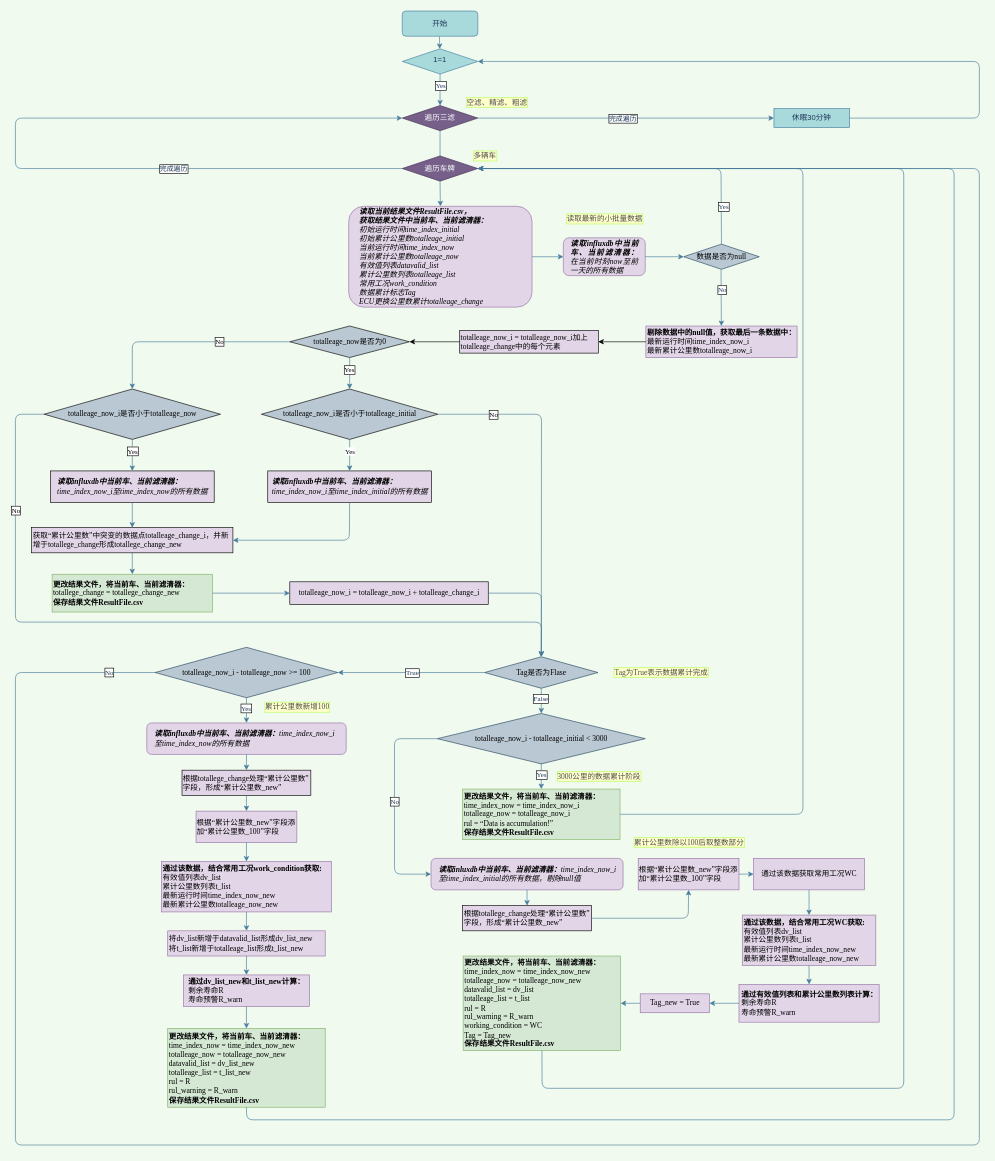
Before: draw/算法流程v3.0.drawio in wangwuhua11/draw, a draw.io diagram. Source tidied: cells renumbered, new cells numbered last; positions are measured from the earlier drawing's top-left corner, leaving out a move shared by most shapes. Both pictures are drawn from the tidied source at 63%, with x=0, y=0 at pixel (15, 11).
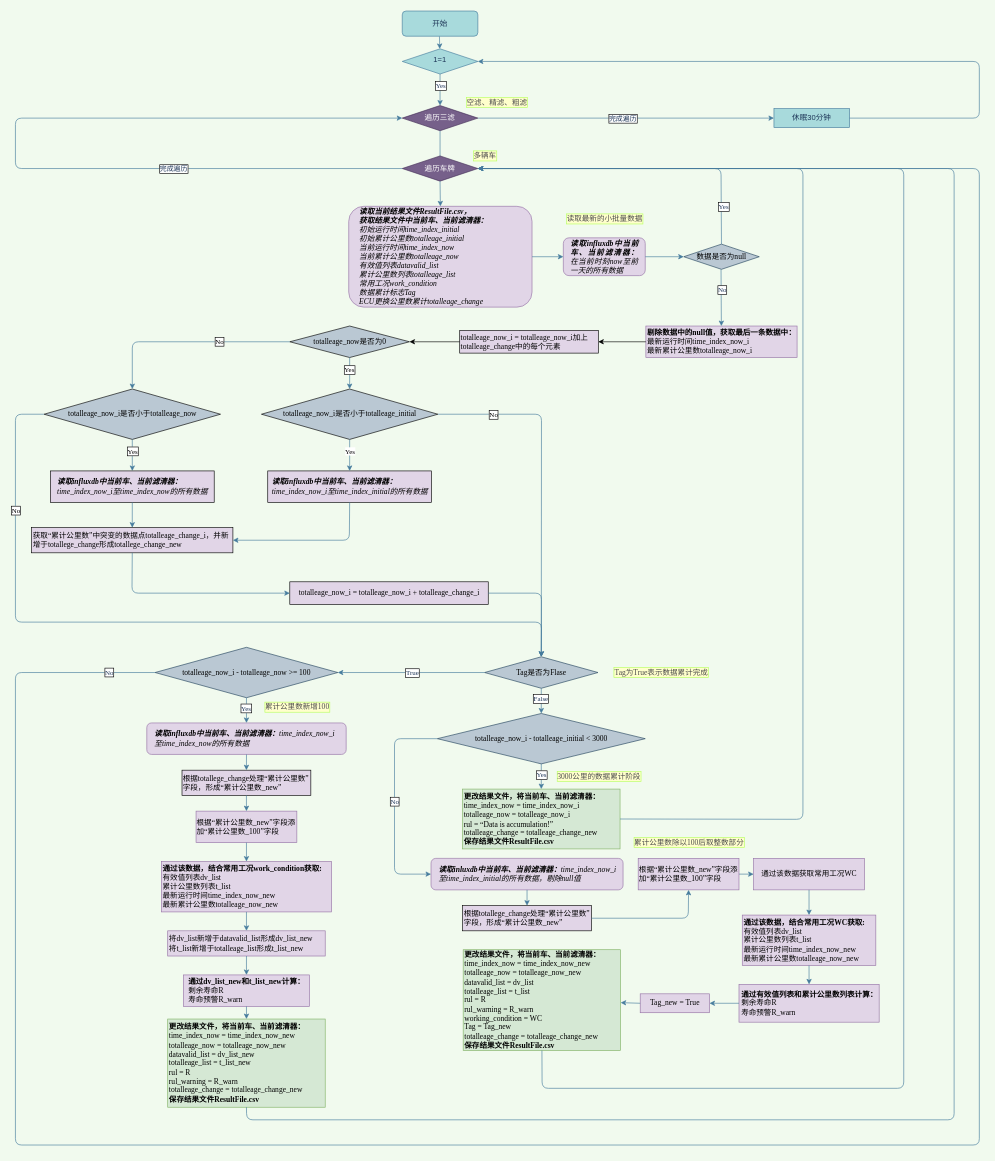
Above is the later version.

Commit message:
更新算法流程v3.0.drawio

The change refers to these unchanged cells:
```xml
<mxCell id="10" value="遍历车牌" style="rhombus;whiteSpace=wrap;html=1;rounded=0;labelBackgroundColor=none;sketch=0;fontColor=#ffffff;strokeColor=#432D57;fillColor=#76608a;" parent="1" vertex="1">
  <mxGeometry x="614" y="230" width="120" height="40" as="geometry" />
</mxCell>
<mxCell id="82" value="获取“累计公里数”中突变的数据点totalleage_change_i，并新增于totallege_change形成totallege_change_new" style="rounded=0;whiteSpace=wrap;html=1;fontFamily=Times New Roman;align=left;fillColor=#E1D5E7;" parent="1" vertex="1">
  <mxGeometry x="25.7" y="820" width="319.5" height="40" as="geometry" />
</mxCell>
<mxCell id="90" value="&lt;font face=&quot;Times New Roman&quot;&gt;totalleage_now_i = &lt;/font&gt;&lt;font face=&quot;Times New Roman&quot;&gt;totalleage_now_i + &lt;/font&gt;totalleage_change_i&lt;font face=&quot;Times New Roman&quot;&gt;&lt;/font&gt;" style="rounded=0;whiteSpace=wrap;html=1;fontFamily=Times New Roman;fillColor=#E1D5E7;" parent="1" vertex="1">
  <mxGeometry x="435.5" y="906" width="315" height="36" as="geometry" />
</mxCell>
```

What changed in the source:
```diff
@@
-    <mxCell id="27" value="&lt;div&gt;&lt;b&gt;更改结果文件，将当前车、当前滤清器：&lt;/b&gt;&lt;/div&gt;&lt;div&gt;time_index_now = time_index_now_i&lt;/div&gt;&lt;div&gt;&lt;font face=&quot;Times New Roman&quot;&gt;totalleage_now&lt;/font&gt; = &lt;font face=&quot;Times New Roman&quot;&gt;totalleage_now_i&lt;/font&gt;&lt;/div&gt;&lt;div&gt;rul = “Data is accumulation!”&lt;/div&gt;&lt;div&gt;&lt;b&gt;保存结果文件&lt;/b&gt;&lt;b&gt;ResultFile.csv&lt;/b&gt;&lt;/div&gt;" style="rounded=0;whiteSpace=wrap;html=1;labelBackgroundColor=none;labelBorderColor=none;sketch=0;strokeColor=#82b366;fillColor=#d5e8d4;align=left;fontFamily=Times New Roman;" parent="1" vertex="1">
-      <mxGeometry x="709.7" y="1235" width="250" height="80" as="geometry" />
+    <mxCell id="27" value="&lt;div&gt;&lt;b&gt;更改结果文件，将当前车、当前滤清器：&lt;/b&gt;&lt;/div&gt;&lt;div&gt;time_index_now = time_index_now_i&lt;/div&gt;&lt;div&gt;&lt;font face=&quot;Times New Roman&quot;&gt;totalleage_now&lt;/font&gt; = &lt;font face=&quot;Times New Roman&quot;&gt;totalleage_now_i&lt;/font&gt;&lt;/div&gt;&lt;div&gt;rul = “Data is accumulation!”&lt;/div&gt;&lt;div&gt;&lt;div&gt;totalleage_change = totalleage_change_new&lt;/div&gt;&lt;/div&gt;&lt;div&gt;&lt;b&gt;保存结果文件&lt;/b&gt;&lt;b&gt;ResultFile.csv&lt;/b&gt;&lt;/div&gt;" style="rounded=0;whiteSpace=wrap;html=1;labelBackgroundColor=none;labelBorderColor=none;sketch=0;strokeColor=#82b366;fillColor=#d5e8d4;align=left;fontFamily=Times New Roman;" parent="1" vertex="1">
+      <mxGeometry x="709.7" y="1235" width="250" height="95" as="geometry" />
     </mxCell>
@@
     <mxCell id="30" style="endArrow=classic;html=1;rounded=1;labelBackgroundColor=none;sketch=0;fontColor=#1D3557;strokeColor=#457B9D;fillColor=#A8DADC;curved=0;exitX=1;exitY=0.5;exitDx=0;exitDy=0;entryX=1;entryY=0.5;entryDx=0;entryDy=0;" parent="1" edge="1" source="27" target="10">
       <mxGeometry relative="1" as="geometry">
         <Array as="points">
-          <mxPoint x="1250" y="1275" />
+          <mxPoint x="1250" y="1283" />
           <mxPoint x="1250" y="250" />
         </Array>
       </mxGeometry>
     </mxCell>
@@
-    <mxCell id="42" value="&lt;div&gt;&lt;b&gt;更改结果文件，将当前车、当前滤清器：&lt;/b&gt;&lt;/div&gt;&lt;div&gt;time_index_now = time_index_now_new&lt;/div&gt;&lt;div&gt;&lt;font face=&quot;Times New Roman&quot;&gt;totalleage_now&lt;/font&gt; = &lt;font face=&quot;Times New Roman&quot;&gt;totalleage_now&lt;/font&gt;_new&lt;/div&gt;&lt;div&gt;datavalid_list = dv_list&lt;br&gt;&lt;/div&gt;&lt;div&gt;&lt;font face=&quot;Times New Roman&quot;&gt;totalleage&lt;/font&gt;_list = t_list&lt;br&gt;&lt;/div&gt;&lt;div&gt;rul = R&lt;/div&gt;&lt;div&gt;rul_warning = R_warn&lt;br&gt;&lt;/div&gt;&lt;div&gt;working_condition = WC&lt;br&gt;&lt;/div&gt;&lt;div&gt;Tag = Tag_new &lt;/div&gt;&lt;div&gt;&lt;b&gt;保存结果文件&lt;/b&gt;&lt;b&gt;ResultFile.csv&lt;/b&gt;&lt;/div&gt;" style="rounded=0;whiteSpace=wrap;html=1;labelBackgroundColor=none;labelBorderColor=none;sketch=0;strokeColor=#82b366;fillColor=#d5e8d4;align=left;fontFamily=Times New Roman;" parent="1" vertex="1">
-      <mxGeometry x="710.7" y="1500" width="250" height="150" as="geometry" />
+    <mxCell id="42" value="&lt;div&gt;&lt;b&gt;更改结果文件，将当前车、当前滤清器：&lt;/b&gt;&lt;/div&gt;&lt;div&gt;time_index_now = time_index_now_new&lt;/div&gt;&lt;div&gt;&lt;font face=&quot;Times New Roman&quot;&gt;totalleage_now&lt;/font&gt; = &lt;font face=&quot;Times New Roman&quot;&gt;totalleage_now&lt;/font&gt;_new&lt;/div&gt;&lt;div&gt;datavalid_list = dv_list&lt;br&gt;&lt;/div&gt;&lt;div&gt;&lt;font face=&quot;Times New Roman&quot;&gt;totalleage&lt;/font&gt;_list = t_list&lt;br&gt;&lt;/div&gt;&lt;div&gt;rul = R&lt;/div&gt;&lt;div&gt;rul_warning = R_warn&lt;br&gt;&lt;/div&gt;&lt;div&gt;working_condition = WC&lt;br&gt;&lt;/div&gt;&lt;div&gt;Tag = Tag_new &lt;br&gt;&lt;/div&gt;&lt;div&gt;&lt;div&gt;totalleage_change = totalleage_change_new&lt;/div&gt;&lt;/div&gt;&lt;div&gt;&lt;b&gt;保存结果文件&lt;/b&gt;&lt;b&gt;ResultFile.csv&lt;/b&gt;&lt;/div&gt;" style="rounded=0;whiteSpace=wrap;html=1;labelBackgroundColor=none;labelBorderColor=none;sketch=0;strokeColor=#82b366;fillColor=#d5e8d4;align=left;fontFamily=Times New Roman;" parent="1" vertex="1">
+      <mxGeometry x="710.7" y="1490" width="250" height="160" as="geometry" />
     </mxCell>
@@
-    <mxCell id="60" value="&lt;div&gt;&lt;b&gt;更改结果文件，将当前车、当前滤清器：&lt;/b&gt;&lt;/div&gt;&lt;div&gt;time_index_now = time_index_now_new&lt;/div&gt;&lt;div&gt;&lt;font face=&quot;Times New Roman&quot;&gt;totalleage_now&lt;/font&gt; = &lt;font face=&quot;Times New Roman&quot;&gt;totalleage_now&lt;/font&gt;_new&lt;/div&gt;&lt;div&gt;datavalid_list = dv_list_new&lt;br&gt;&lt;/div&gt;&lt;div&gt;&lt;font face=&quot;Times New Roman&quot;&gt;totalleage&lt;/font&gt;_list = t_list_new&lt;br&gt;&lt;/div&gt;&lt;div&gt;rul = R&lt;/div&gt;rul_warning = R_warn&lt;div&gt;&lt;b&gt;保存结果文件&lt;/b&gt;&lt;b&gt;ResultFile.csv&lt;/b&gt;&lt;/div&gt;" style="rounded=0;whiteSpace=wrap;html=1;labelBackgroundColor=none;labelBorderColor=none;sketch=0;strokeColor=#82b366;fillColor=#d5e8d4;align=left;fontFamily=Times New Roman;" parent="1" vertex="1">
-      <mxGeometry x="241.7" y="1615" width="250" height="125" as="geometry" />
+    <mxCell id="60" value="&lt;div&gt;&lt;b&gt;更改结果文件，将当前车、当前滤清器：&lt;/b&gt;&lt;/div&gt;&lt;div&gt;time_index_now = time_index_now_new&lt;/div&gt;&lt;div&gt;&lt;font face=&quot;Times New Roman&quot;&gt;totalleage_now&lt;/font&gt; = &lt;font face=&quot;Times New Roman&quot;&gt;totalleage_now&lt;/font&gt;_new&lt;/div&gt;&lt;div&gt;datavalid_list = dv_list_new&lt;br&gt;&lt;/div&gt;&lt;div&gt;&lt;font face=&quot;Times New Roman&quot;&gt;totalleage&lt;/font&gt;_list = t_list_new&lt;br&gt;&lt;/div&gt;&lt;div&gt;rul = R&lt;/div&gt;&lt;div&gt;rul_warning = R_warn&lt;/div&gt;&lt;div&gt;&lt;div&gt;totalleage_change = totalleage_change_new&lt;/div&gt;&lt;/div&gt;&lt;div&gt;&lt;b&gt;保存结果文件&lt;/b&gt;&lt;b&gt;ResultFile.csv&lt;/b&gt;&lt;/div&gt;" style="rounded=0;whiteSpace=wrap;html=1;labelBackgroundColor=none;labelBorderColor=none;sketch=0;strokeColor=#82b366;fillColor=#d5e8d4;align=left;fontFamily=Times New Roman;" parent="1" vertex="1">
+      <mxGeometry x="241.7" y="1600" width="250" height="140" as="geometry" />
     </mxCell>
@@
-    <mxCell id="98" value="&lt;div&gt;&lt;b&gt;更改结果文件，将当前车、当前滤清器：&lt;/b&gt;&lt;/div&gt;totallege_change = totallege_change_new &lt;div&gt;&lt;b&gt;保存结果文件&lt;/b&gt;&lt;b&gt;ResultFile.csv&lt;/b&gt;&lt;/div&gt;" style="rounded=0;whiteSpace=wrap;html=1;labelBackgroundColor=none;labelBorderColor=none;sketch=0;strokeColor=#82b366;fillColor=#d5e8d4;align=left;fontFamily=Times New Roman;" parent="1" vertex="1">
-      <mxGeometry x="58.2" y="894" width="254.5" height="60" as="geometry" />
-    </mxCell>
@@
-    <mxCell id="100" style="endArrow=classic;html=1;rounded=1;fontFamily=Times New Roman;strokeColor=#457B9D;exitX=0.5;exitY=1;exitDx=0;exitDy=0;entryX=0.5;entryY=0;entryDx=0;entryDy=0;" parent="1" edge="1" source="82" target="98">
-      <mxGeometry relative="1" as="geometry" />
-    </mxCell>
-    <mxCell id="101" style="endArrow=classic;html=1;rounded=1;fontFamily=Times New Roman;strokeColor=#457B9D;exitX=1;exitY=0.5;exitDx=0;exitDy=0;entryX=0;entryY=0.5;entryDx=0;entryDy=0;" parent="1" edge="1" source="98" target="90">
-      <mxGeometry relative="1" as="geometry" />
+    <mxCell id="101" style="endArrow=classic;html=1;rounded=1;fontFamily=Times New Roman;strokeColor=#457B9D;exitX=0.5;exitY=1;exitDx=0;exitDy=0;entryX=0;entryY=0.5;entryDx=0;entryDy=0;" parent="1" edge="1" source="82" target="90">
+      <mxGeometry relative="1" as="geometry">
+        <Array as="points">
+          <mxPoint x="185" y="924" />
+        </Array>
+      </mxGeometry>
     </mxCell>
```
